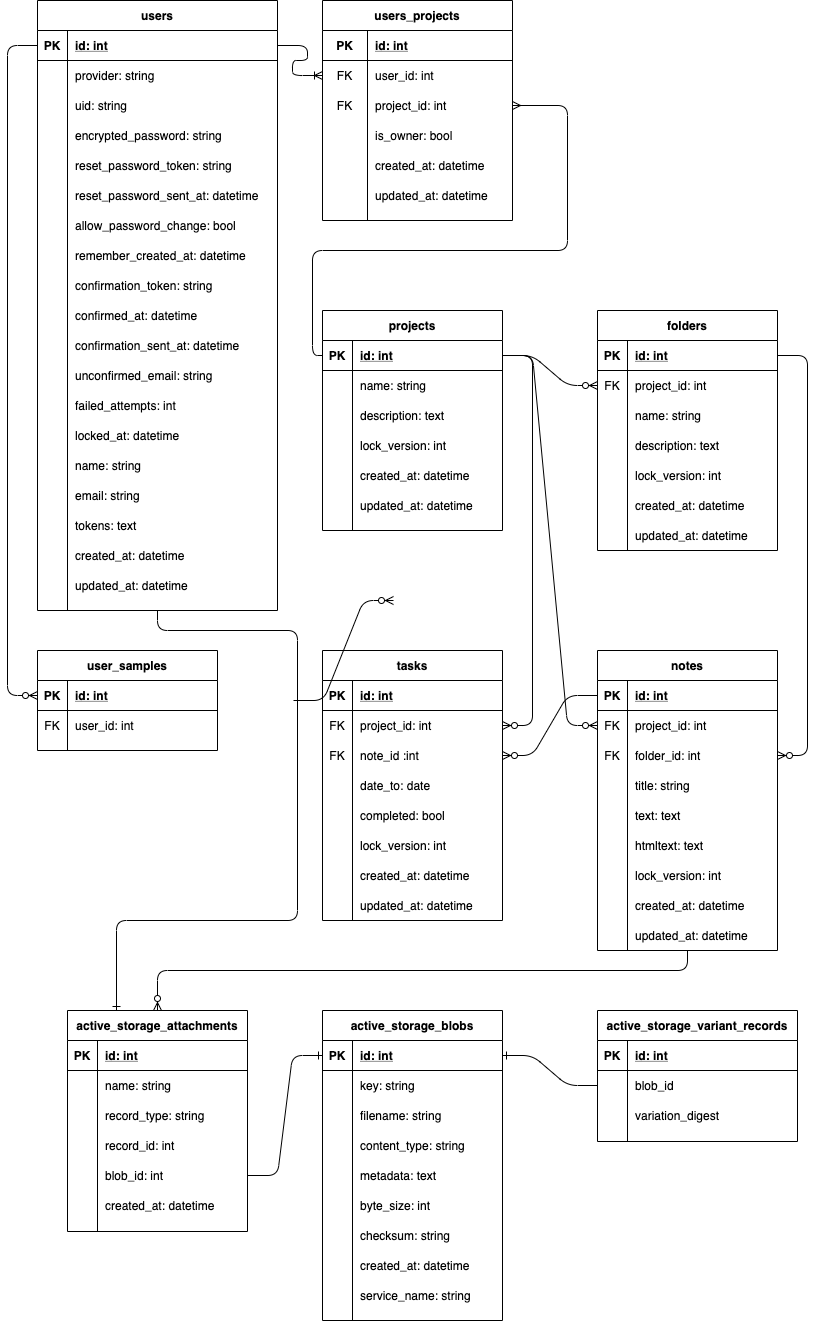
Above: API設計/DB/ER.png in momonga11/notenext-docs (draw.io), before the change. Source tidied: cells renumbered, new cells last; positions are measured from the earlier drawing's top-left corner, leaving out a move shared by most shapes.
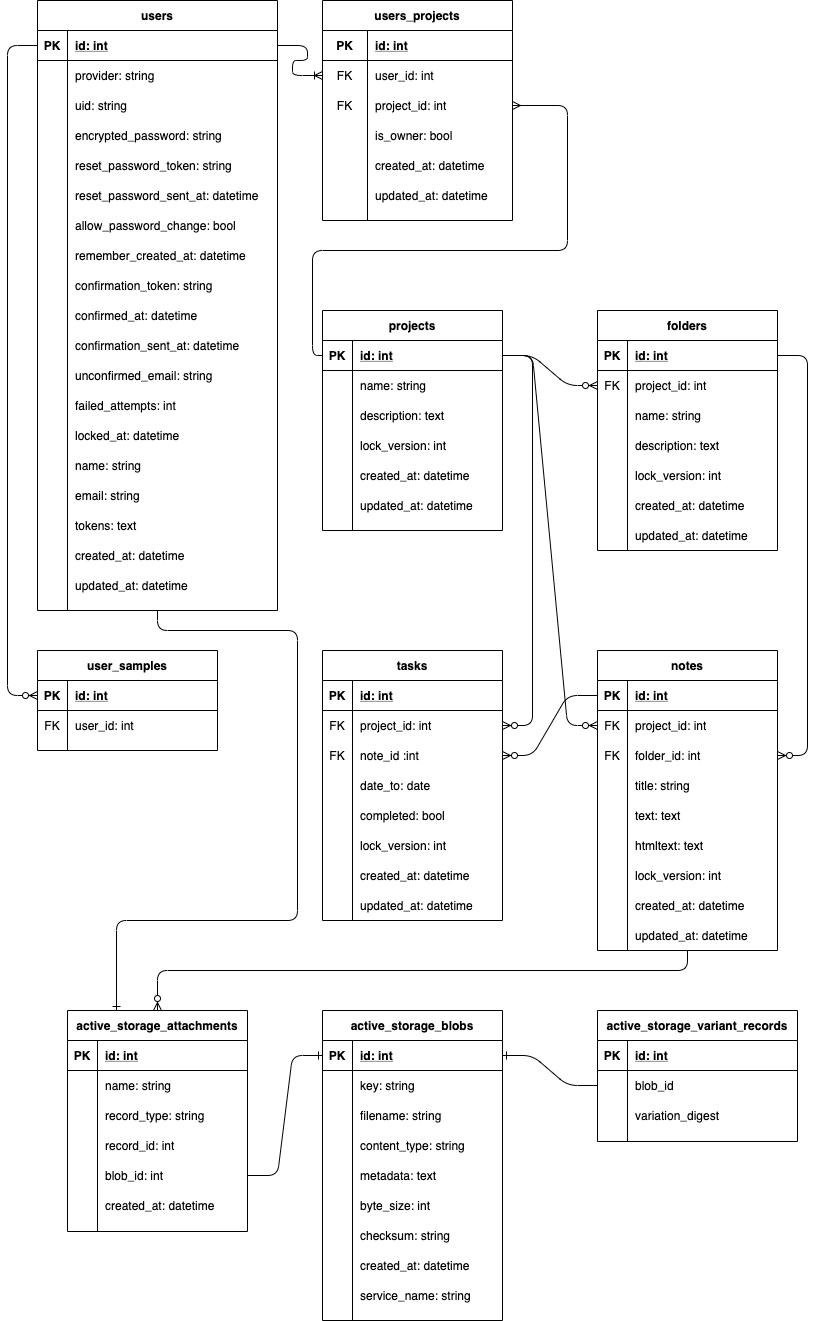
After the commit.

Commit message:
ER図の微修正

The edit, as a diff of the source:
```diff
@@ -768,11 +768,5 @@
         </Array>
       </mxGeometry>
     </mxCell>
-    <mxCell id="249" style="edgeStyle=entityRelationEdgeStyle;fontSize=12;html=1;endArrow=ERzeroToMany;endFill=1;" parent="1" edge="1">
-      <mxGeometry relative="1" as="geometry">
-        <mxPoint x="286" y="700" as="sourcePoint" />
-        <mxPoint x="386" y="600" as="targetPoint" />
-      </mxGeometry>
-    </mxCell>
   </root>
 </mxGraphModel>
```
